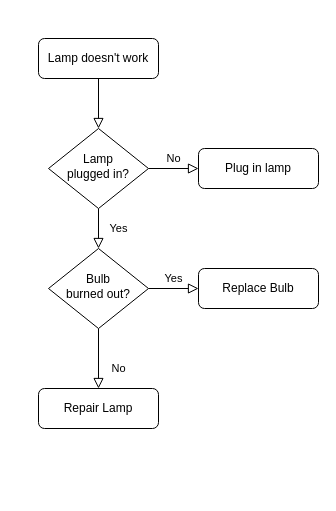
Before: coupons.drawio in rajagopalx/dashboard, a draw.io diagram. Source tidied: cells renumbered, new cells numbered last; positions are measured from the earlier drawing's top-left corner, leaving out a move shared by most shapes. Both pictures are drawn from the tidied source at 100%, with x=0, y=0 at pixel (38, 38).
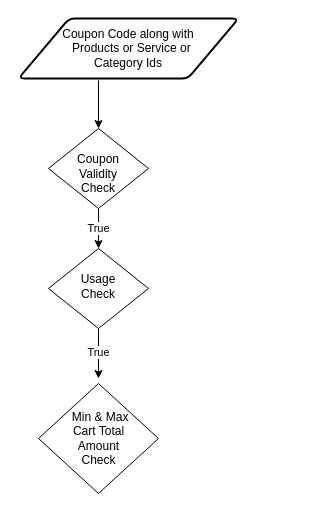
After the change.

What changed in the source:
```diff
@@
 <mxGraphModel>
   <root>
     <mxCell id="0" />
     <mxCell id="1" parent="0" />
-    <mxCell id="2" style="rounded=0;html=1;jettySize=auto;fontSize=11;endArrow=block;endFill=0;endSize=8;strokeWidth=1;shadow=0;labelBackgroundColor=none;edgeStyle=orthogonalEdgeStyle;" parent="1" edge="1" source="3" target="6">
-      <mxGeometry relative="1" as="geometry" />
-    </mxCell>
-    <mxCell id="3" value="Lamp doesn't work" style="rounded=1;whiteSpace=wrap;html=1;fontSize=12;glass=0;strokeWidth=1;shadow=0;" parent="1" vertex="1">
-      <mxGeometry width="120" height="40" as="geometry" />
-    </mxCell>
+    <mxCell id="6" value="&lt;br&gt;Coupon&lt;br&gt;Validity &lt;br&gt;Check" style="rhombus;whiteSpace=wrap;html=1;shadow=0;fontFamily=Helvetica;fontSize=12;align=center;strokeWidth=1;spacing=6;spacingTop=-4;" parent="1" vertex="1">
+      <mxGeometry x="10" y="90" width="100" height="80" as="geometry" />
+    </mxCell>
+    <mxCell id="10" value="Usage&lt;br&gt;Check" style="rhombus;whiteSpace=wrap;html=1;shadow=0;fontFamily=Helvetica;fontSize=12;align=center;strokeWidth=1;spacing=6;spacingTop=-4;" parent="1" vertex="1">
+      <mxGeometry x="10" y="210" width="100" height="80" as="geometry" />
+    </mxCell>
+    <mxCell id="13" value="Coupon Code along with&lt;br&gt;&amp;nbsp; Products or Service or&lt;br&gt;Category Ids" style="shape=parallelogram;html=1;strokeWidth=2;perimeter=parallelogramPerimeter;whiteSpace=wrap;rounded=1;arcSize=12;size=0.23;" parent="1" vertex="1">
+      <mxGeometry x="-20" y="-20" width="220" height="60" as="geometry" />
+    </mxCell>
+    <mxCell id="14" value="&amp;nbsp;Min &amp;amp; Max &lt;br&gt;Cart Total &lt;br&gt;Amount&lt;br&gt;Check" style="shape=rhombus;html=1;dashed=0;whitespace=wrap;perimeter=rhombusPerimeter;" parent="1" vertex="1">
+      <mxGeometry y="345" width="120" height="110" as="geometry" />
+    </mxCell>
+    <mxCell id="15" style="endArrow=classic;html=1;entryX=0.5;entryY=0;entryDx=0;entryDy=0;" parent="1" edge="1" target="6">
+      <mxGeometry relative="1" as="geometry">
+        <mxPoint x="60" y="42" as="sourcePoint" />
+      </mxGeometry>
+    </mxCell>
-    <mxCell id="4" value="Yes" style="rounded=0;html=1;jettySize=auto;fontSize=11;endArrow=block;endFill=0;endSize=8;strokeWidth=1;shadow=0;labelBackgroundColor=none;edgeStyle=orthogonalEdgeStyle;" parent="1" edge="1" source="6" target="10">
-      <mxGeometry y="20" relative="1" as="geometry" />
+    <mxCell id="4" value="True" style="endArrow=classic;html=1;entryX=0.5;entryY=0;entryDx=0;entryDy=0;exitX=0.5;exitY=1;exitDx=0;exitDy=0;" parent="1" edge="1" source="6" target="10">
+      <mxGeometry relative="1" as="geometry" />
     </mxCell>
-    <mxCell id="5" value="No" style="edgeStyle=orthogonalEdgeStyle;rounded=0;html=1;jettySize=auto;fontSize=11;endArrow=block;endFill=0;endSize=8;strokeWidth=1;shadow=0;labelBackgroundColor=none;" parent="1" edge="1" source="6" target="7">
-      <mxGeometry y="10" relative="1" as="geometry" />
-    </mxCell>
-    <mxCell id="6" value="Lamp&lt;br&gt;plugged in?" style="rhombus;whiteSpace=wrap;html=1;shadow=0;fontFamily=Helvetica;fontSize=12;align=center;strokeWidth=1;spacing=6;spacingTop=-4;" parent="1" vertex="1">
-      <mxGeometry x="10" y="90" width="100" height="80" as="geometry" />
-    </mxCell>
-    <mxCell id="7" value="Plug in lamp" style="rounded=1;whiteSpace=wrap;html=1;fontSize=12;glass=0;strokeWidth=1;shadow=0;" parent="1" vertex="1">
-      <mxGeometry x="160" y="110" width="120" height="40" as="geometry" />
-    </mxCell>
-    <mxCell id="8" value="No" style="rounded=0;html=1;jettySize=auto;fontSize=11;endArrow=block;endFill=0;endSize=8;strokeWidth=1;shadow=0;labelBackgroundColor=none;edgeStyle=orthogonalEdgeStyle;" parent="1" edge="1" source="10" target="11">
-      <mxGeometry x="0.33" y="20" relative="1" as="geometry" />
-    </mxCell>
-    <mxCell id="9" value="Yes" style="edgeStyle=orthogonalEdgeStyle;rounded=0;html=1;jettySize=auto;fontSize=11;endArrow=block;endFill=0;endSize=8;strokeWidth=1;shadow=0;labelBackgroundColor=none;" parent="1" edge="1" source="10" target="12">
-      <mxGeometry y="10" relative="1" as="geometry" />
-    </mxCell>
-    <mxCell id="10" value="Bulb&lt;br&gt;burned out?" style="rhombus;whiteSpace=wrap;html=1;shadow=0;fontFamily=Helvetica;fontSize=12;align=center;strokeWidth=1;spacing=6;spacingTop=-4;" parent="1" vertex="1">
-      <mxGeometry x="10" y="210" width="100" height="80" as="geometry" />
-    </mxCell>
-    <mxCell id="11" value="Repair Lamp" style="rounded=1;whiteSpace=wrap;html=1;fontSize=12;glass=0;strokeWidth=1;shadow=0;" parent="1" vertex="1">
-      <mxGeometry y="350" width="120" height="40" as="geometry" />
-    </mxCell>
-    <mxCell id="12" value="Replace Bulb" style="rounded=1;whiteSpace=wrap;html=1;fontSize=12;glass=0;strokeWidth=1;shadow=0;" parent="1" vertex="1">
-      <mxGeometry x="160" y="230" width="120" height="40" as="geometry" />
-    </mxCell>
+    <mxCell id="16" style="endArrow=classic;html=1;exitX=0.5;exitY=1;exitDx=0;exitDy=0;" parent="1" edge="1" source="10">
+      <mxGeometry relative="1" as="geometry">
+        <mxPoint x="60" y="340" as="targetPoint" />
+      </mxGeometry>
+    </mxCell>
+    <mxCell id="17" value="True" style="edgeLabel;html=1;align=center;verticalAlign=middle;" parent="16" vertex="1">
+      <mxGeometry x="-0.46" y="-1" relative="1" as="geometry">
+        <mxPoint y="9" as="offset" />
+      </mxGeometry>
+    </mxCell>
   </root>
 </mxGraphModel>
```
